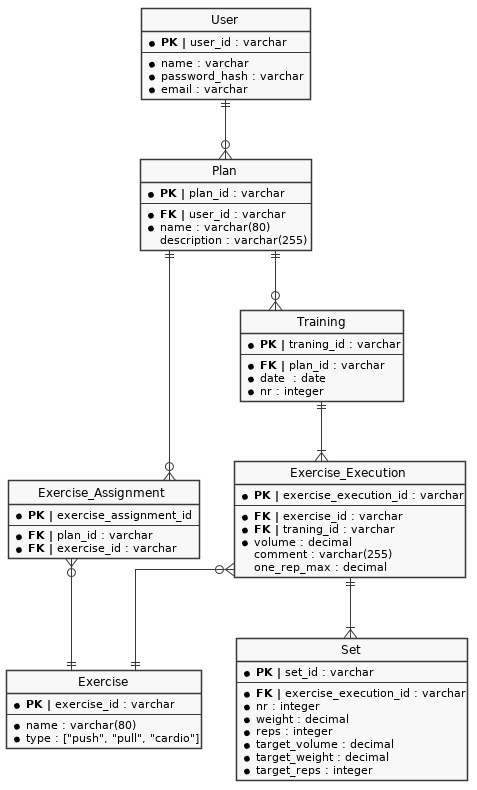
Before: progession-tracker.png, a diagram exported from PlantUML (eratio08/progression-tracker).
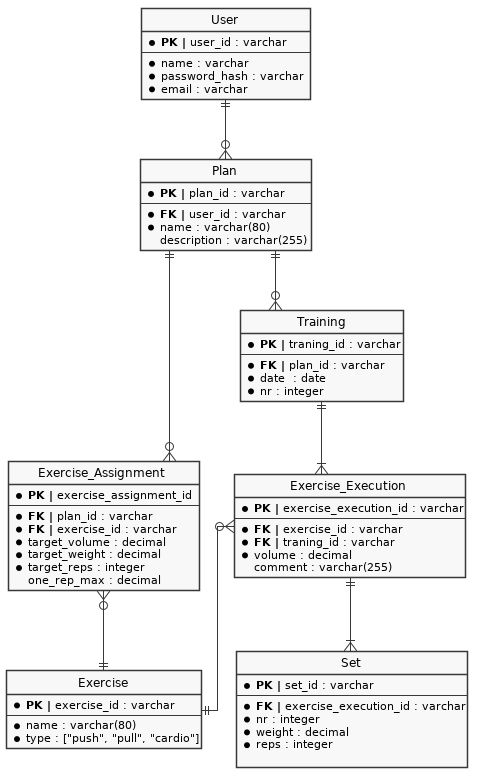
After the commit.

Diff of the diagram source:
```diff
@@ -29,6 +29,10 @@
   --
   * <b>FK |</b> plan_id : varchar
   * <b>FK |</b> exercise_id : varchar
+  * target_volume : decimal
+  * target_weight : decimal
+  * target_reps : integer
+    one_rep_max : decimal
 }
 
 entity Exercise {
@@ -53,7 +57,6 @@
   * <b>FK |</b> traning_id : varchar
   * volume : decimal
   comment : varchar(255)
-  one_rep_max : decimal
 }
 
 entity Set {
@@ -63,9 +66,7 @@
   * nr : integer
   * weight : decimal
   * reps : integer
-  * target_volume : decimal
-  * target_weight : decimal
-  * target_reps : integer
+
 }
 
 User ||--o{ Plan
```
